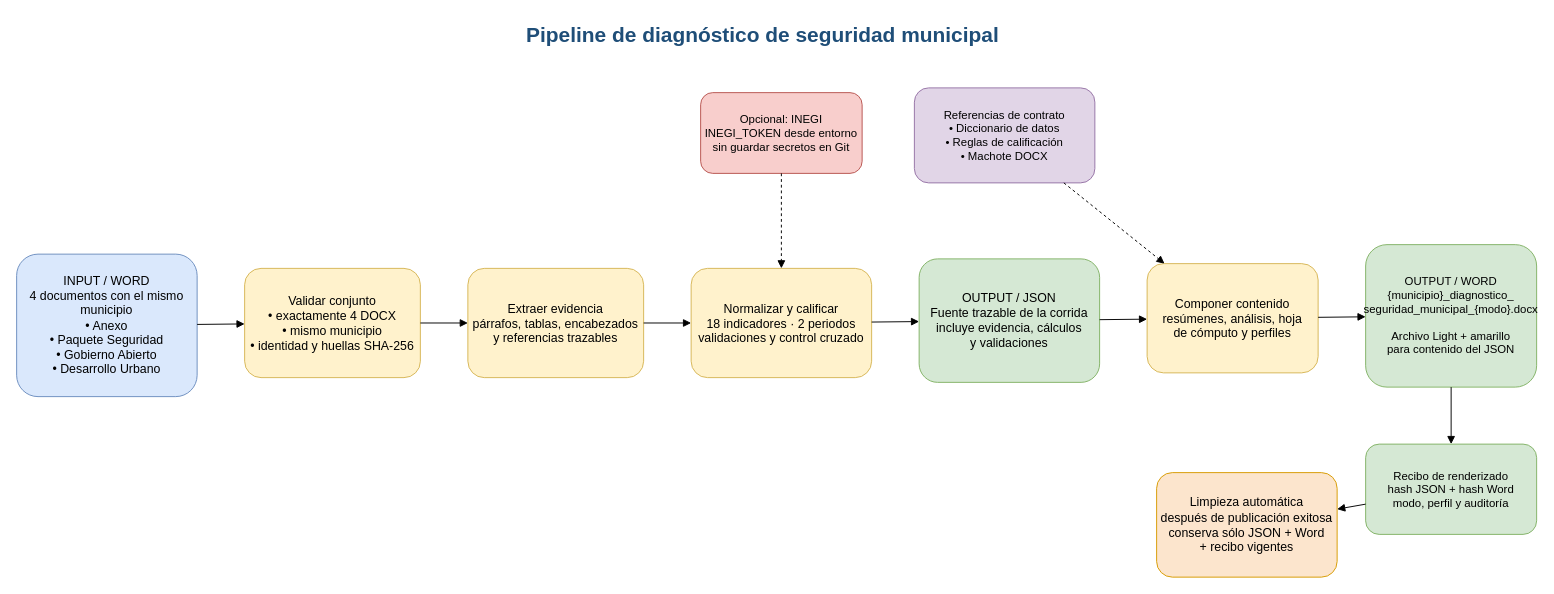
Earlier version of the draw.io diagram flujo_pipeline.drawio (lehcimhdz/pipeline-seguridad-municipios). Source tidied: cells renumbered, new cells numbered last; positions are measured from the earlier drawing's top-left corner, leaving out a move shared by most shapes. Both pictures are drawn from the tidied source at 95%, with x=0, y=0 at pixel (16, 16).
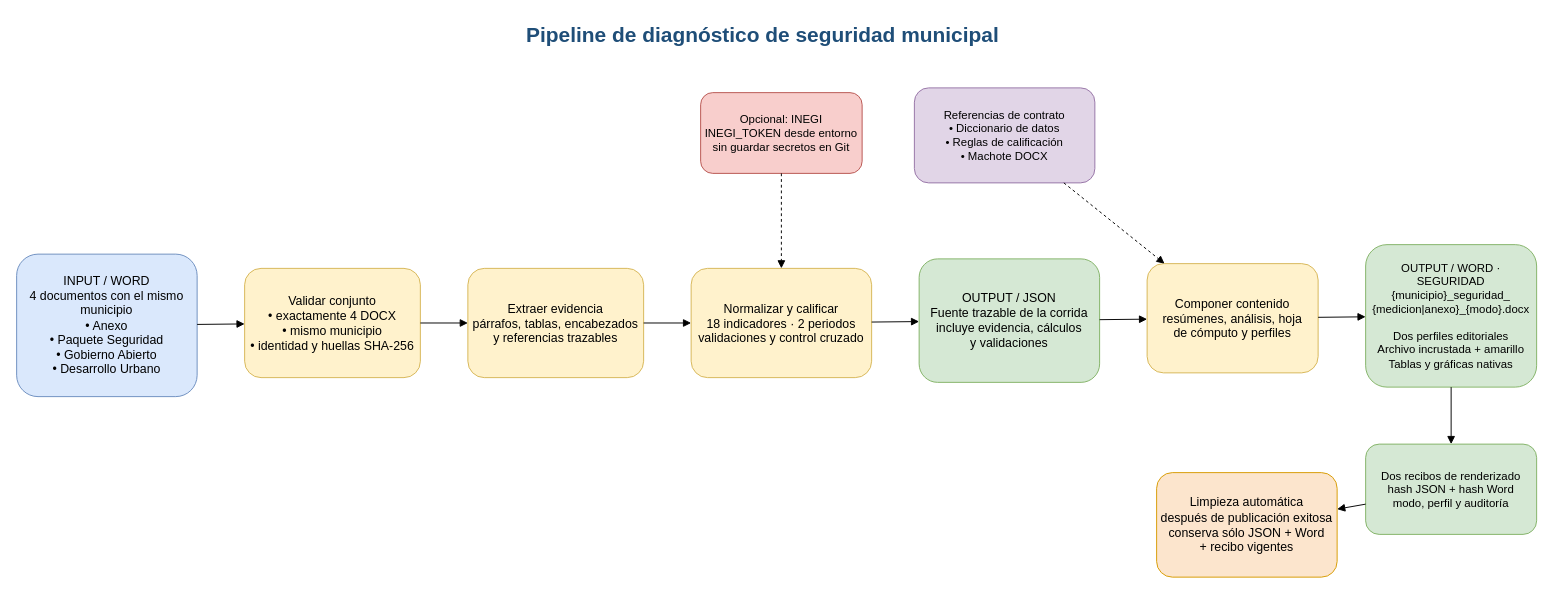
Above is the later version.

What changed in the source:
```diff
@@
-    <mxCell id="10" value="OUTPUT / WORD&#10;{municipio}_diagnostico_&#10;seguridad_municipal_{modo}.docx&#10;&#10;Archivo Light + amarillo&#10;para contenido del JSON" style="rounded=1;whiteSpace=wrap;html=1;fillColor=#d5e8d4;strokeColor=#82b366;fontSize=12;" parent="1" vertex="1">
+    <mxCell id="10" value="OUTPUT / WORD · SEGURIDAD&#10;{municipio}_seguridad_&#10;{medicion|anexo}_{modo}.docx&#10;&#10;Dos perfiles editoriales&#10;Archivo incrustada + amarillo&#10;Tablas y gráficas nativas" style="rounded=1;whiteSpace=wrap;html=1;fillColor=#d5e8d4;strokeColor=#82b366;fontSize=12;" parent="1" vertex="1">
       <mxGeometry x="1420" y="240" width="180" height="150" as="geometry" />
     </mxCell>
-    <mxCell id="11" value="Recibo de renderizado&#10;hash JSON + hash Word&#10;modo, perfil y auditoría" style="rounded=1;whiteSpace=wrap;html=1;fillColor=#d5e8d4;strokeColor=#82b366;fontSize=12;" parent="1" vertex="1">
+    <mxCell id="11" value="Dos recibos de renderizado&#10;hash JSON + hash Word&#10;modo, perfil y auditoría" style="rounded=1;whiteSpace=wrap;html=1;fillColor=#d5e8d4;strokeColor=#82b366;fontSize=12;" parent="1" vertex="1">
       <mxGeometry x="1420" y="450" width="180" height="95" as="geometry" />
     </mxCell>
```
